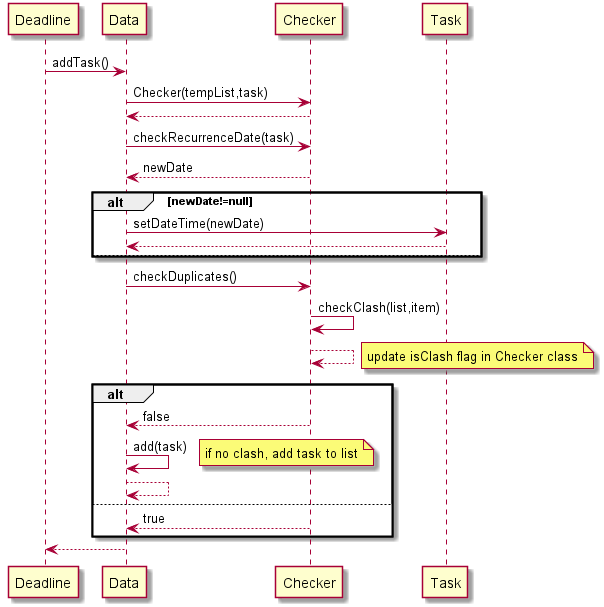
This is docs/Checker_Diagram.png from scjx123/tp, a PlantUML export, as it was before one commit. The source it was exported from:
```plantuml
@startuml
Deadline -> Data: addTask()
Data -> Checker: Checker(tempList,task)
Checker --> Data
Data -> Checker:checkRecurrenceDate(task)
Checker --> Data: newDate
alt newDate!=null
Data -> Task: setDateTime(newDate)
Task -->Data
else
end
Data -> Checker: checkDuplicates()
Checker -> Checker:checkClash(list,item)
Checker --> Checker
note right: update isClash flag in Checker class

alt
Checker --> Data: false
Data ->Data: add(task)
note right: if no clash, add task to list
Data-->Data:
else
Checker -->Data: true
end

Data -->Deadline


@enduml
```
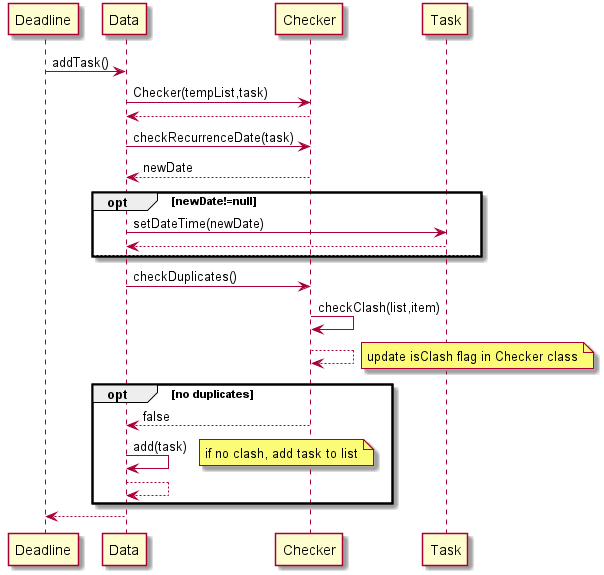
After the change.

Change to the diagram source:
```diff
@@ -4,7 +4,7 @@
 Checker --> Data
 Data -> Checker:checkRecurrenceDate(task)
 Checker --> Data: newDate
-alt newDate!=null
+opt newDate!=null
 Data -> Task: setDateTime(newDate)
 Task -->Data
 else
@@ -14,13 +14,11 @@
 Checker --> Checker
 note right: update isClash flag in Checker class
 
-alt
+opt no duplicates
 Checker --> Data: false
 Data ->Data: add(task)
 note right: if no clash, add task to list
 Data-->Data:
-else
-Checker -->Data: true
 end
 
 Data -->Deadline
```
